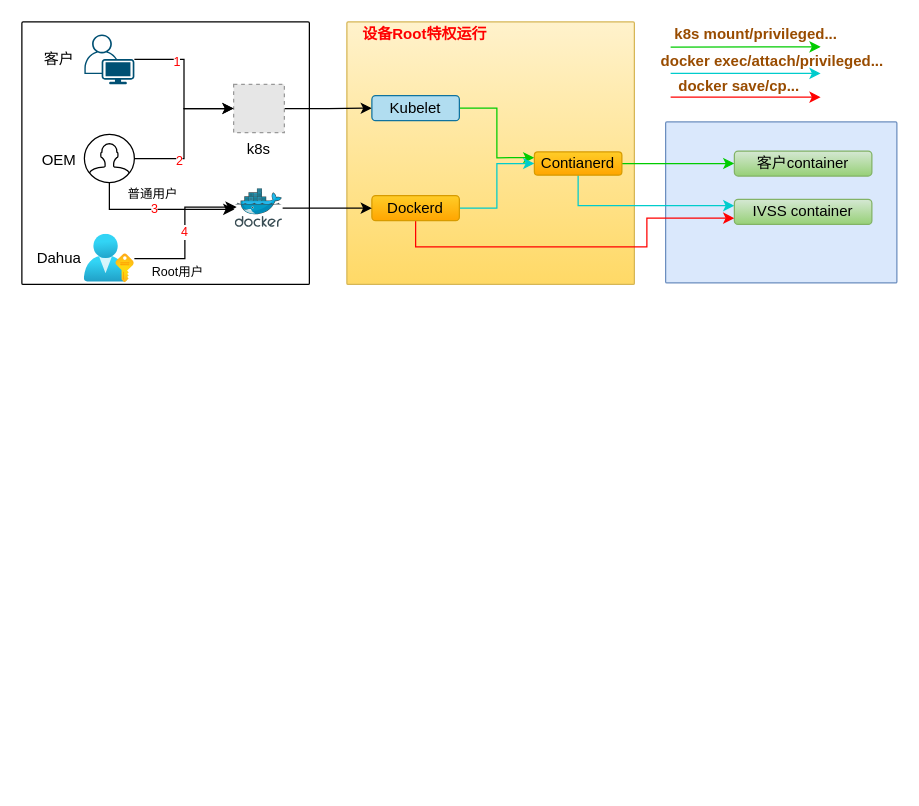
Above: security_1.drawio in snowolfhawk/ceph-scripts (draw.io), before the change. Source tidied: cells renumbered, new cells numbered last; positions are measured from the earlier drawing's top-left corner, leaving out a move shared by most shapes. Both pictures are drawn from the tidied source at 125%, with x=0, y=0 at pixel (21, 21). Pictures stored in the file or linked from it are replaced by grey dashed boxes.
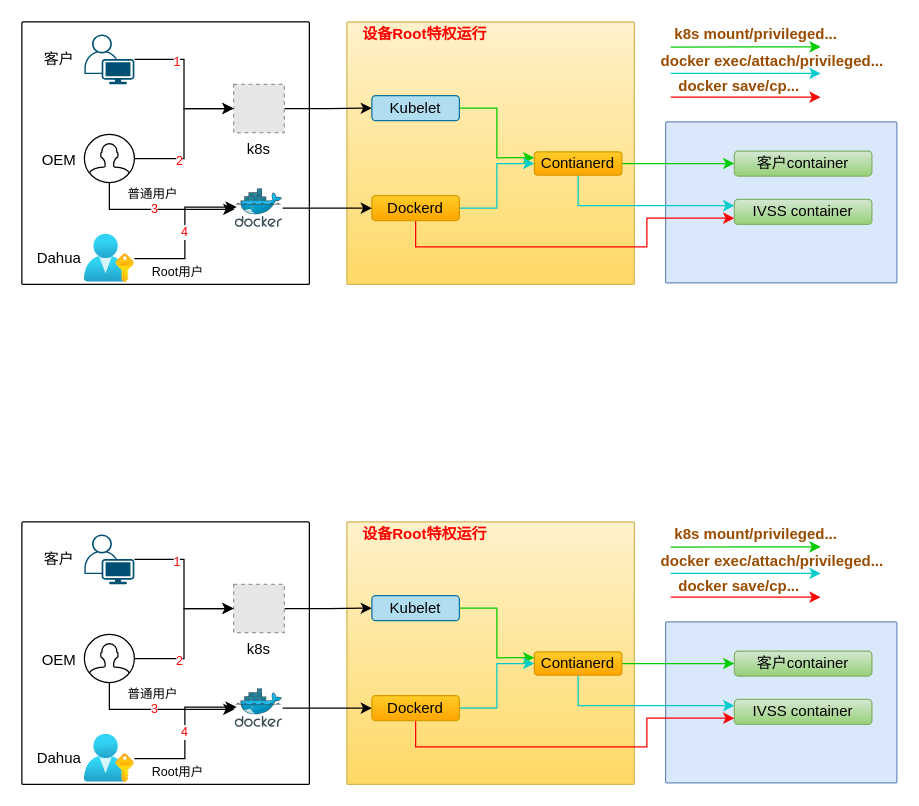
Above is the later version.

What changed in the source:
```diff
@@
+    <mxCell id="41" style="sketch=0;rounded=1;absoluteArcSize=1;arcSize=2;html=1;shadow=0;dashed=0;fontSize=12;align=left;verticalAlign=top;spacing=10;spacingTop=-4;fillColor=#dae8fc;strokeColor=#6c8ebf;" parent="1" vertex="1">
+      <mxGeometry x="515" y="480" width="185" height="128.8" as="geometry" />
+    </mxCell>
+    <mxCell id="42" style="sketch=0;rounded=1;absoluteArcSize=1;arcSize=2;html=1;shadow=0;dashed=0;fontSize=12;align=left;verticalAlign=top;spacing=10;spacingTop=-4;" parent="1" vertex="1">
+      <mxGeometry y="400" width="230" height="210" as="geometry" />
+    </mxCell>
+    <mxCell id="43" style="sketch=0;rounded=1;absoluteArcSize=1;arcSize=2;html=1;strokeColor=#d6b656;shadow=0;dashed=0;fontSize=12;align=left;verticalAlign=top;spacing=10;spacingTop=-4;fillColor=#fff2cc;gradientColor=#ffd966;" parent="1" vertex="1">
+      <mxGeometry x="260" y="400" width="230" height="210" as="geometry" />
+    </mxCell>
+    <mxCell id="44" style="edgeStyle=orthogonalEdgeStyle;rounded=0;jettySize=auto;html=1;entryX=0;entryY=0.5;entryDx=0;entryDy=0;fontColor=#000000;strokeColor=#000000;strokeWidth=1;" parent="1" edge="1" source="45" target="50">
+      <mxGeometry relative="1" as="geometry" />
+    </mxCell>
+    <mxCell id="45" value="k8s" style="fillColor=#E6E6E6;strokeColor=#999999;dashed=1;verticalLabelPosition=bottom;labelBackgroundColor=#ffffff;verticalAlign=top;fontColor=#000000;labelPosition=center;align=center;" parent="1" vertex="1">
+      <mxGeometry x="169.4" y="450" width="40.6" height="38.6" as="geometry" />
+    </mxCell>
+    <mxCell id="46" style="edgeStyle=orthogonalEdgeStyle;rounded=0;jettySize=auto;html=1;entryX=0;entryY=0.5;entryDx=0;entryDy=0;fontColor=#000000;strokeColor=#000000;strokeWidth=1;" parent="1" edge="1" source="48" target="45">
+      <mxGeometry relative="1" as="geometry" />
+    </mxCell>
+    <mxCell id="47" value="1" style="edgeLabel;html=1;align=center;verticalAlign=middle;fontSize=10;fontColor=#FF0000;" parent="46" vertex="1">
+      <mxGeometry x="-0.45" y="-1" relative="1" as="geometry" />
+    </mxCell>
+    <mxCell id="48" style="points=[[0.35,0,0],[0.98,0.51,0],[1,0.71,0],[0.67,1,0],[0,0.795,0],[0,0.65,0]];verticalLabelPosition=middle;sketch=0;html=1;verticalAlign=middle;align=center;shape=mxgraph.cisco19.user;fillColor=#005073;strokeColor=none;labelPosition=center;" parent="1" vertex="1">
+      <mxGeometry x="50" y="410" width="40" height="40" as="geometry" />
+    </mxCell>
+    <mxCell id="49" style="edgeStyle=orthogonalEdgeStyle;rounded=0;sketch=0;jettySize=auto;html=1;entryX=0;entryY=0.25;entryDx=0;entryDy=0;shadow=0;fontSize=10;fontColor=#000000;strokeColor=#00CC00;strokeWidth=1;" parent="1" edge="1" source="50" target="53">
+      <mxGeometry relative="1" as="geometry" />
+    </mxCell>
+    <mxCell id="50" value="Kubelet" style="rounded=1;whiteSpace=wrap;html=1;fillColor=#b1ddf0;strokeColor=#10739e;" parent="1" vertex="1">
+      <mxGeometry x="280" y="459" width="70" height="20" as="geometry" />
+    </mxCell>
+    <mxCell id="51" style="edgeStyle=orthogonalEdgeStyle;rounded=0;jettySize=auto;html=1;entryX=0;entryY=0.5;entryDx=0;entryDy=0;fontSize=12;fontColor=#000000;strokeColor=#00CC00;strokeWidth=1;" parent="1" edge="1" source="53" target="63">
+      <mxGeometry relative="1" as="geometry" />
+    </mxCell>
+    <mxCell id="52" style="edgeStyle=orthogonalEdgeStyle;rounded=0;sketch=0;jettySize=auto;html=1;entryX=0;entryY=0.25;entryDx=0;entryDy=0;shadow=0;fontSize=10;fontColor=#000000;strokeColor=#00CCCC;strokeWidth=1;" parent="1" edge="1" source="53" target="62">
+      <mxGeometry relative="1" as="geometry">
+        <Array as="points">
+          <mxPoint x="445" y="547" />
+        </Array>
+      </mxGeometry>
+    </mxCell>
+    <mxCell id="53" value="Contianerd" style="rounded=1;whiteSpace=wrap;html=1;fillColor=#ffcd28;strokeColor=#d79b00;gradientColor=#ffa500;" parent="1" vertex="1">
+      <mxGeometry x="410" y="504" width="70" height="18.6" as="geometry" />
+    </mxCell>
+    <mxCell id="54" style="edgeStyle=orthogonalEdgeStyle;rounded=0;sketch=0;jettySize=auto;html=1;entryX=0;entryY=0.75;entryDx=0;entryDy=0;shadow=0;fontSize=10;fontColor=#000000;strokeColor=#FF0000;strokeWidth=1;" parent="1" edge="1" source="56" target="62">
+      <mxGeometry relative="1" as="geometry">
+        <Array as="points">
+          <mxPoint x="315" y="580" />
+          <mxPoint x="500" y="580" />
+          <mxPoint x="500" y="557" />
+        </Array>
+      </mxGeometry>
+    </mxCell>
+    <mxCell id="55" style="edgeStyle=orthogonalEdgeStyle;rounded=0;sketch=0;jettySize=auto;html=1;entryX=0;entryY=0.5;entryDx=0;entryDy=0;shadow=0;fontSize=10;fontColor=#000000;strokeColor=#00CCCC;strokeWidth=1;" parent="1" edge="1" source="56" target="53">
+      <mxGeometry relative="1" as="geometry" />
+    </mxCell>
+    <mxCell id="56" value="Dockerd" style="rounded=1;whiteSpace=wrap;html=1;fillColor=#ffcd28;strokeColor=#d79b00;gradientColor=#ffa500;" parent="1" vertex="1">
+      <mxGeometry x="280" y="539" width="70" height="20" as="geometry" />
+    </mxCell>
+    <mxCell id="57" style="edgeStyle=orthogonalEdgeStyle;rounded=0;jettySize=auto;html=1;entryX=0;entryY=0.5;entryDx=0;entryDy=0;fontColor=#000000;strokeColor=#000000;strokeWidth=1;" parent="1" edge="1" source="61" target="45">
+      <mxGeometry relative="1" as="geometry" />
+    </mxCell>
+    <mxCell id="58" value="2" style="edgeLabel;html=1;align=center;verticalAlign=middle;fontSize=10;fontColor=#FF0000;" parent="57" vertex="1">
+      <mxGeometry x="-0.42" y="-1" relative="1" as="geometry" />
+    </mxCell>
+    <mxCell id="59" style="edgeStyle=orthogonalEdgeStyle;rounded=0;sketch=0;jettySize=auto;html=1;entryX=-0.021;entryY=0.532;entryDx=0;entryDy=0;entryPerimeter=0;shadow=0;fontSize=10;fontColor=#FF0000;strokeColor=#000000;strokeWidth=1;" parent="1" edge="1" source="61" target="79">
+      <mxGeometry relative="1" as="geometry">
+        <Array as="points">
+          <mxPoint x="70" y="550" />
+        </Array>
+      </mxGeometry>
+    </mxCell>
+    <mxCell id="60" value="3" style="edgeLabel;html=1;align=center;verticalAlign=middle;fontSize=10;fontColor=#FF0000;" parent="59" vertex="1">
+      <mxGeometry x="-0.06" y="1" relative="1" as="geometry" />
+    </mxCell>
+    <mxCell id="61" style="html=1;verticalLabelPosition=middle;align=center;labelBackgroundColor=#ffffff;verticalAlign=middle;strokeWidth=1;strokeColor=#000000;shadow=0;dashed=0;shape=mxgraph.ios7.icons.user;fillColor=#FFFFFF;labelPosition=center;" parent="1" vertex="1">
+      <mxGeometry x="50" y="490" width="40" height="38.6" as="geometry" />
+    </mxCell>
+    <mxCell id="62" value="IVSS container" style="rounded=1;whiteSpace=wrap;html=1;fillColor=#d5e8d4;strokeColor=#82b366;gradientColor=#97d077;" parent="1" vertex="1">
+      <mxGeometry x="570" y="542" width="110" height="20" as="geometry" />
+    </mxCell>
+    <mxCell id="63" value="客户container" style="rounded=1;whiteSpace=wrap;html=1;fillColor=#d5e8d4;strokeColor=#82b366;gradientColor=#97d077;" parent="1" vertex="1">
+      <mxGeometry x="570" y="503.3" width="110" height="20" as="geometry" />
+    </mxCell>
+    <mxCell id="64" value="4" style="edgeStyle=orthogonalEdgeStyle;rounded=0;sketch=0;jettySize=auto;html=1;entryX=0.027;entryY=0.474;entryDx=0;entryDy=0;entryPerimeter=0;shadow=0;fontSize=10;fontColor=#FF0000;strokeColor=#000000;strokeWidth=1;" parent="1" edge="1" source="65" target="79">
+      <mxGeometry relative="1" as="geometry" />
+    </mxCell>
+    <mxCell id="65" style="html=1;points=[];align=right;image;fontSize=12;image=img/lib/azure2/azure_stack/User_Subscriptions.svg;labelBackgroundColor=none;fontColor=#000000;strokeColor=#000000;strokeWidth=1;fillColor=#FFFFFF;labelPosition=left;verticalLabelPosition=middle;verticalAlign=middle;" parent="1" vertex="1">
+      <mxGeometry x="50" y="570" width="40" height="38.8" as="geometry" />
+    </mxCell>
+    <mxCell id="66" value="OEM" style="text;html=1;strokeColor=none;fillColor=none;align=center;verticalAlign=middle;whiteSpace=wrap;rounded=0;labelBackgroundColor=none;fontSize=12;fontColor=#000000;" parent="1" vertex="1">
+      <mxGeometry x="10" y="503.3" width="40" height="16" as="geometry" />
+    </mxCell>
+    <mxCell id="67" value="客户" style="text;html=1;strokeColor=none;fillColor=none;align=center;verticalAlign=middle;whiteSpace=wrap;rounded=0;labelBackgroundColor=none;fontSize=12;fontColor=#000000;" parent="1" vertex="1">
+      <mxGeometry x="10" y="422" width="40" height="16" as="geometry" />
+    </mxCell>
+    <mxCell id="68" value="&lt;span style=&quot;font-size: 10px&quot;&gt;普通用户&lt;/span&gt;" style="text;html=1;strokeColor=none;fillColor=none;align=center;verticalAlign=middle;whiteSpace=wrap;rounded=0;labelBackgroundColor=none;fontSize=12;fontColor=#000000;" parent="1" vertex="1">
+      <mxGeometry x="70" y="528.6" width="70" height="16.5" as="geometry" />
+    </mxCell>
+    <mxCell id="69" value="&lt;span style=&quot;font-size: 10px&quot;&gt;Root用户&lt;/span&gt;" style="text;html=1;strokeColor=none;fillColor=none;align=center;verticalAlign=middle;whiteSpace=wrap;rounded=0;labelBackgroundColor=none;fontSize=12;fontColor=#000000;" parent="1" vertex="1">
+      <mxGeometry x="90" y="590" width="70" height="20" as="geometry" />
+    </mxCell>
+    <mxCell id="70" value="&lt;font color=&quot;#994c00&quot;&gt;&lt;b&gt;docker exec/attach/privileged...&lt;/b&gt;&lt;/font&gt;" style="text;html=1;strokeColor=none;fillColor=none;align=center;verticalAlign=middle;whiteSpace=wrap;rounded=0;labelBackgroundColor=none;fontSize=12;fontColor=#000000;" parent="1" vertex="1">
+      <mxGeometry x="510" y="424.2" width="181" height="16" as="geometry" />
+    </mxCell>
+    <mxCell id="71" style="endArrow=classic;html=1;rounded=0;shadow=0;sketch=0;fontSize=10;fontColor=#000000;strokeColor=#00CCCC;strokeWidth=1;" parent="1" edge="1">
+      <mxGeometry relative="1" as="geometry">
+        <mxPoint x="519" y="441.2" as="sourcePoint" />
+        <mxPoint x="639" y="441.2" as="targetPoint" />
+      </mxGeometry>
+    </mxCell>
+    <mxCell id="72" style="endArrow=classic;html=1;rounded=0;shadow=0;sketch=0;fontSize=10;fontColor=#000000;strokeColor=#FF0000;strokeWidth=1;" parent="1" edge="1">
+      <mxGeometry relative="1" as="geometry">
+        <mxPoint x="519" y="460.2" as="sourcePoint" />
+        <mxPoint x="639" y="460.2" as="targetPoint" />
+      </mxGeometry>
+    </mxCell>
+    <mxCell id="73" value="&lt;font color=&quot;#994c00&quot;&gt;&lt;b&gt;docker save/cp...&lt;/b&gt;&lt;/font&gt;" style="text;html=1;strokeColor=none;fillColor=none;align=center;verticalAlign=middle;whiteSpace=wrap;rounded=0;labelBackgroundColor=none;fontSize=12;fontColor=#000000;" parent="1" vertex="1">
+      <mxGeometry x="519" y="444.2" width="110" height="16" as="geometry" />
+    </mxCell>
+    <mxCell id="74" style="endArrow=classic;html=1;rounded=0;shadow=0;sketch=0;fontSize=10;fontColor=#000000;strokeColor=#00CC00;strokeWidth=1;" parent="1" edge="1">
+      <mxGeometry relative="1" as="geometry">
+        <mxPoint x="519" y="420.2" as="sourcePoint" />
+        <mxPoint x="639" y="420" as="targetPoint" />
+      </mxGeometry>
+    </mxCell>
+    <mxCell id="75" value="&lt;font color=&quot;#994c00&quot;&gt;&lt;b&gt;k8s mount/privileged...&lt;/b&gt;&lt;/font&gt;" style="text;html=1;strokeColor=none;fillColor=none;align=center;verticalAlign=middle;whiteSpace=wrap;rounded=0;labelBackgroundColor=none;fontSize=12;fontColor=#000000;" parent="1" vertex="1">
+      <mxGeometry x="512" y="402" width="151" height="16" as="geometry" />
+    </mxCell>
+    <mxCell id="76" value="Dahua" style="text;html=1;strokeColor=none;fillColor=none;align=center;verticalAlign=middle;whiteSpace=wrap;rounded=0;labelBackgroundColor=none;fontSize=12;fontColor=#000000;" parent="1" vertex="1">
+      <mxGeometry x="10" y="581.4" width="40" height="16" as="geometry" />
+    </mxCell>
+    <mxCell id="77" value="&lt;font color=&quot;#ff0000&quot;&gt;&lt;b&gt;设备Root特权运行&lt;/b&gt;&lt;/font&gt;" style="text;html=1;strokeColor=none;fillColor=none;align=center;verticalAlign=middle;whiteSpace=wrap;rounded=0;labelBackgroundColor=none;fontSize=12;fontColor=#000000;" parent="1" vertex="1">
+      <mxGeometry x="265" y="402" width="115" height="16" as="geometry" />
+    </mxCell>
+    <mxCell id="78" style="edgeStyle=orthogonalEdgeStyle;rounded=0;sketch=0;jettySize=auto;html=1;entryX=0;entryY=0.5;entryDx=0;entryDy=0;shadow=0;fontSize=10;fontColor=#FF0000;strokeColor=#000000;strokeWidth=1;" parent="1" edge="1" source="79" target="56">
+      <mxGeometry relative="1" as="geometry" />
+    </mxCell>
+    <mxCell id="79" style="sketch=0;html=1;points=[];align=center;image;fontSize=12;image=img/lib/mscae/Docker.svg;labelBackgroundColor=none;fontColor=#FF0000;strokeColor=#000000;strokeWidth=1;fillColor=#FFFFFF;" parent="1" vertex="1">
+      <mxGeometry x="170.8" y="533.5" width="37.8" height="31" as="geometry" />
+    </mxCell>
```
